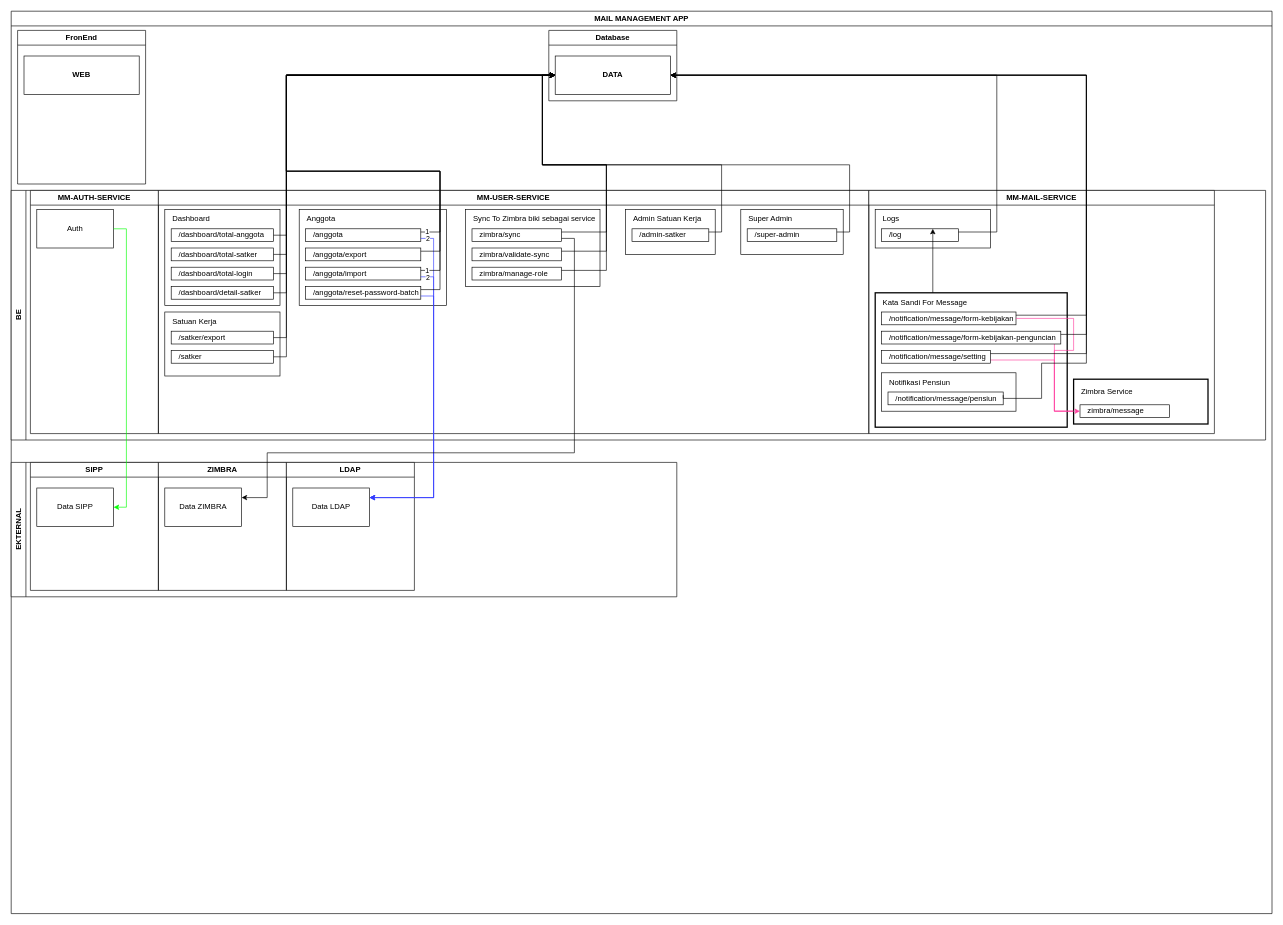
Earlier version of the draw.io diagram page "fix tech-arsitektur-service" (6 of 6) of admin_polri.drawio (fsdio/draw.io.dev). Source tidied: cells renumbered, new cells numbered last; positions are measured from the earlier drawing's top-left corner, leaving out a move shared by most shapes. Both pictures are drawn from the tidied source at 64%, with x=0, y=0 at pixel (11, 11).
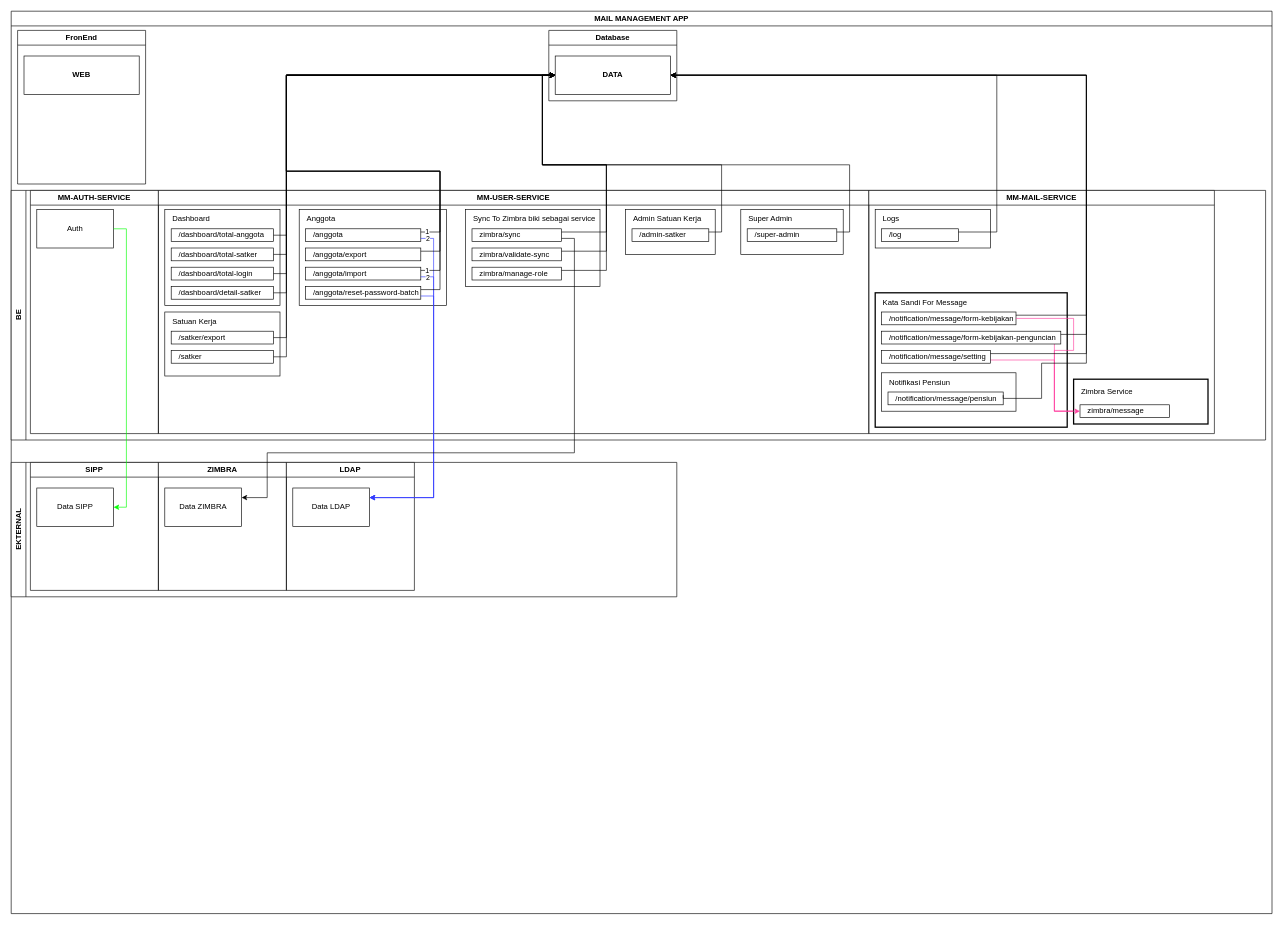
Above is the later version.

The change refers to these unchanged cells:
```xml
<mxCell id="34" value="MM-MAIL-SERVICE" style="swimlane;whiteSpace=wrap;html=1;" parent="3" vertex="1">
  <mxGeometry x="1340" width="540" height="380" as="geometry" />
</mxCell>
<mxCell id="37" value="Logs" style="text;html=1;align=left;verticalAlign=middle;whiteSpace=wrap;rounded=0;spacingLeft=10;" parent="34" vertex="1">
  <mxGeometry x="10" y="30" width="180" height="30" as="geometry" />
</mxCell>
<mxCell id="43" value="Kata Sandi For Message" style="text;html=1;align=left;verticalAlign=middle;whiteSpace=wrap;rounded=0;spacingLeft=10;" parent="34" vertex="1">
  <mxGeometry x="10" y="160" width="180" height="30" as="geometry" />
</mxCell>
```

The edit, as a diff of the source:
```diff
@@
-    <mxCell id="42" style="edgeStyle=orthogonalEdgeStyle;rounded=0;jettySize=auto;html=1;" parent="34" edge="1" source="43" target="37">
-      <mxGeometry relative="1" as="geometry" />
-    </mxCell>
```
